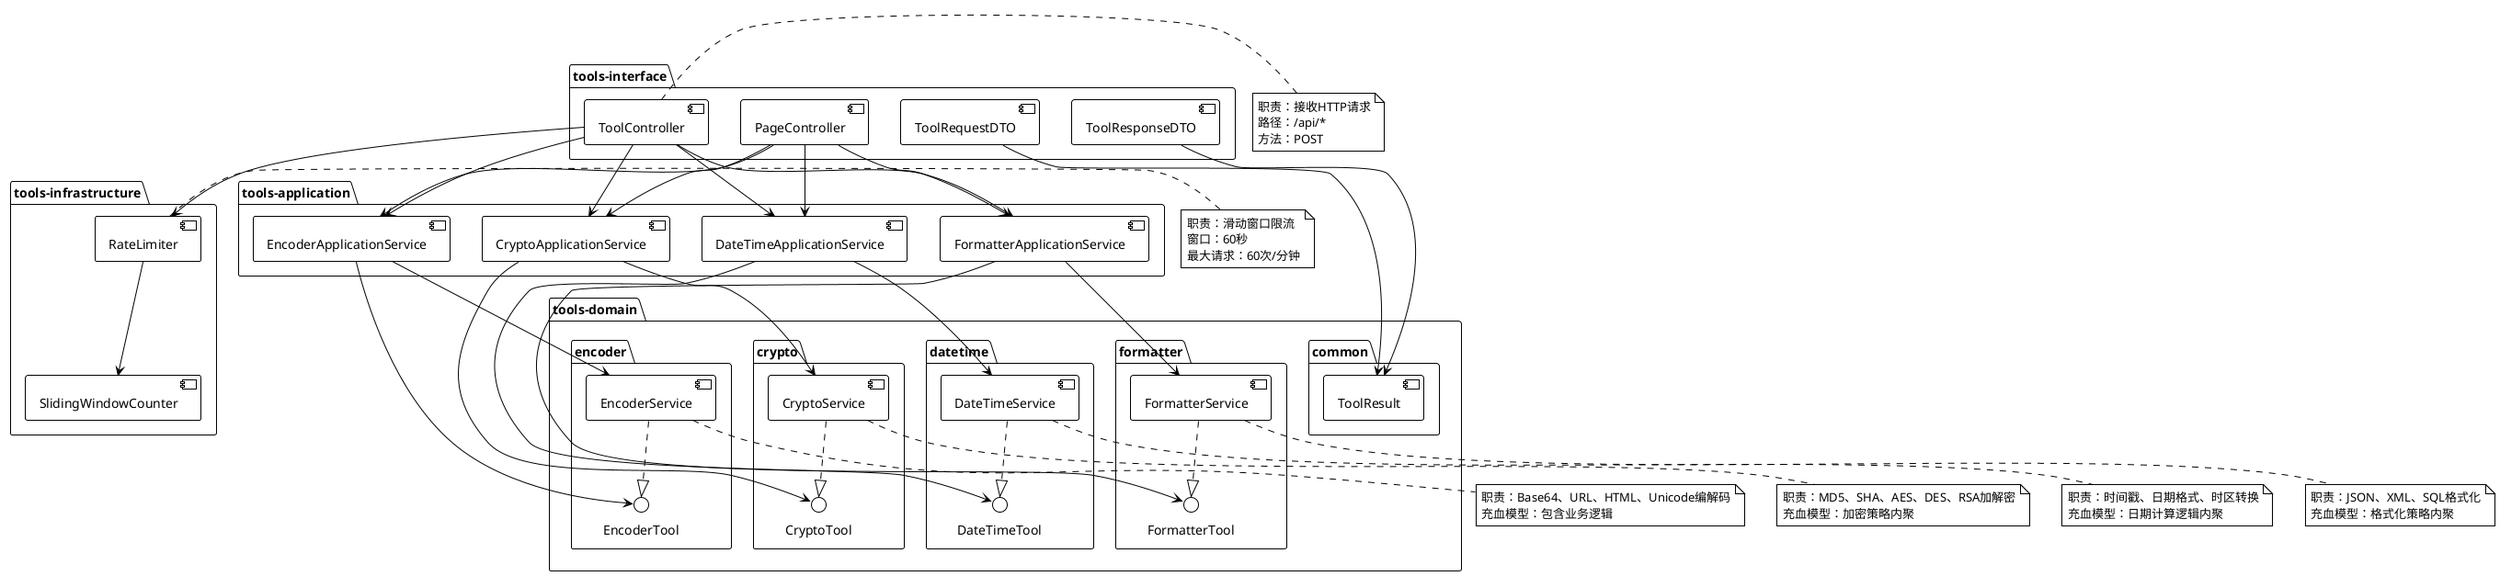
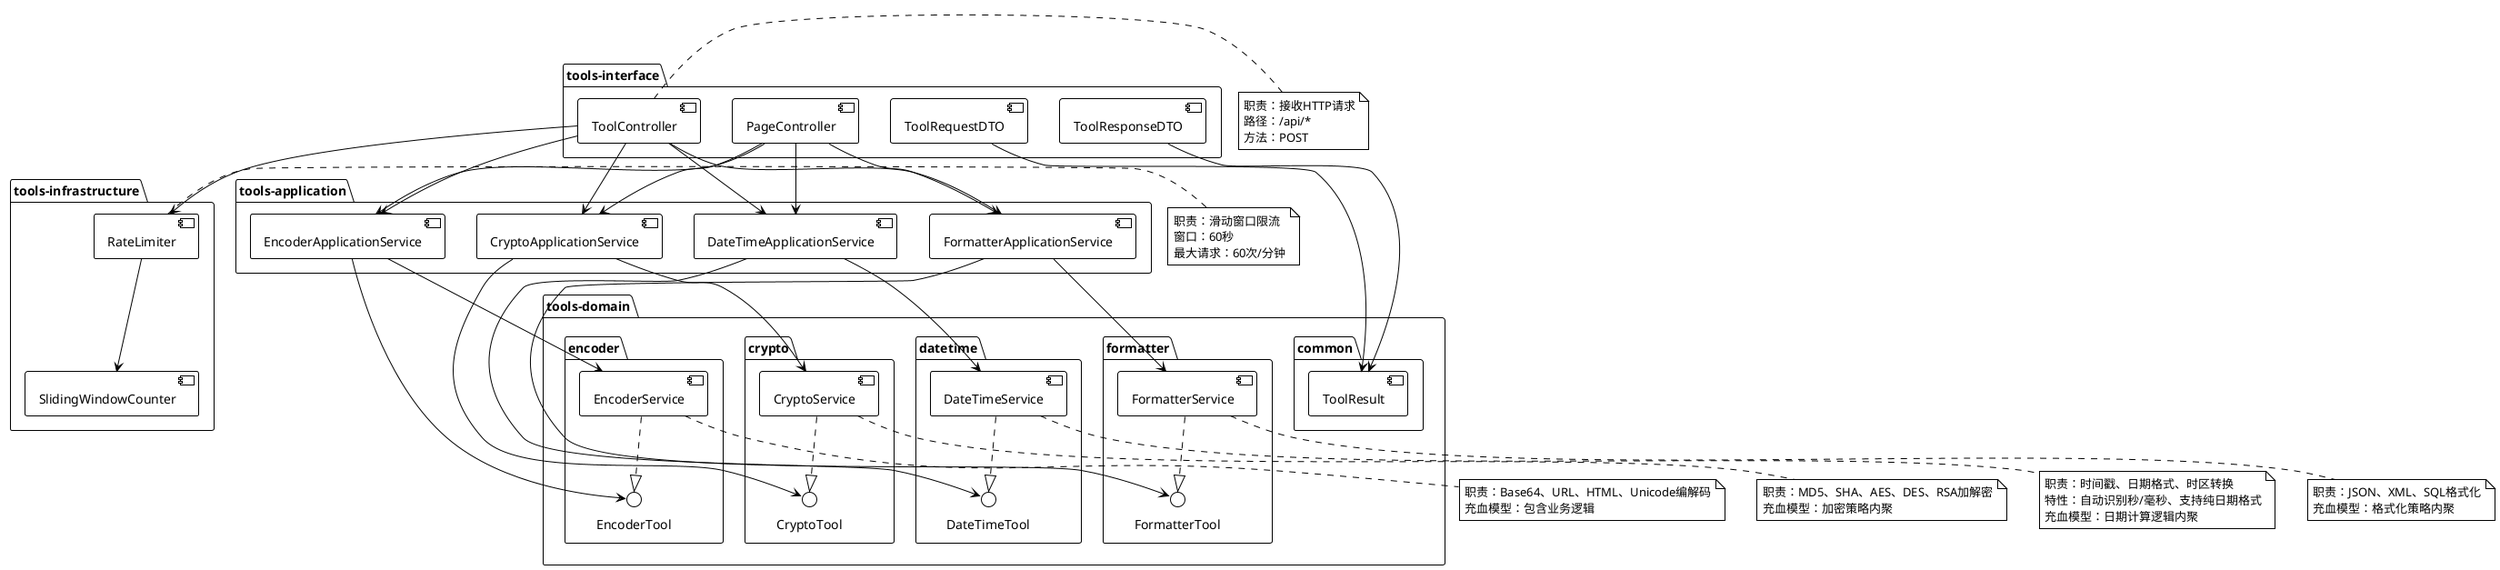
@startuml Architecture
!theme plain

' ===== 包定义 =====
package "tools-interface" {
    [ToolController] as Controller
    [PageController] as PageCtrl
    [ToolRequestDTO] as ReqDTO
    [ToolResponseDTO] as ResDTO
}

package "tools-application" {
    [EncoderApplicationService] as EncoderAppSvc
    [CryptoApplicationService] as CryptoAppSvc
    [DateTimeApplicationService] as DateTimeAppSvc
    [FormatterApplicationService] as FormatterAppSvc
}

package "tools-domain" {
    package "encoder" {
        [EncoderService] as EncoderSvc
        interface "EncoderTool" as EncoderToolIF
    }

    package "datetime" {
        [DateTimeService] as DateTimeSvc
        interface "DateTimeTool" as DateTimeToolIF
    }

    package "formatter" {
        [FormatterService] as FormatterSvc
        interface "FormatterTool" as FormatterToolIF
    }

    package "crypto" {
        [CryptoService] as CryptoSvc
        interface "CryptoTool" as CryptoToolIF
    }

    package "common" {
        [ToolResult] as ToolResult
    }
}

package "tools-infrastructure" {
    [RateLimiter] as RateLimiter
    [SlidingWindowCounter] as SlidingWindow
}

' ===== 依赖关系 =====

' Controller层依赖
Controller --> EncoderAppSvc
Controller --> CryptoAppSvc
Controller --> DateTimeAppSvc
Controller --> FormatterAppSvc

PageCtrl --> EncoderAppSvc
PageCtrl --> CryptoAppSvc
PageCtrl --> DateTimeAppSvc
PageCtrl --> FormatterAppSvc

' 应用层依赖领域接口
EncoderAppSvc --> EncoderToolIF
CryptoAppSvc --> CryptoToolIF
DateTimeAppSvc --> DateTimeToolIF
FormatterAppSvc --> FormatterToolIF

' 领域服务实现接口
EncoderSvc ..|> EncoderToolIF
CryptoSvc ..|> CryptoToolIF
DateTimeSvc ..|> DateTimeToolIF
FormatterSvc ..|> FormatterToolIF

' 应用层依赖领域服务
EncoderAppSvc --> EncoderSvc
CryptoAppSvc --> CryptoSvc
DateTimeAppSvc --> DateTimeSvc
FormatterAppSvc --> FormatterSvc

' DTO依赖
ReqDTO --> ToolResult
ResDTO --> ToolResult

' 限流依赖
Controller --> RateLimiter
RateLimiter --> SlidingWindow

' ===== 类说明 =====
note right of Controller
  职责：接收HTTP请求
  路径：/api/*
  方法：POST
end note

note right of RateLimiter
  职责：滑动窗口限流
  窗口：60秒
  最大请求：60次/分钟
end note

note bottom of EncoderSvc
  职责：Base64、URL、HTML、Unicode编解码
  充血模型：包含业务逻辑
end note

note bottom of CryptoSvc
  职责：MD5、SHA、AES、DES、RSA加解密
  充血模型：加密策略内聚
end note

note bottom of DateTimeSvc
  职责：时间戳、日期格式、时区转换
+   特性：自动识别秒/毫秒、支持纯日期格式
  充血模型：日期计算逻辑内聚
end note

note bottom of FormatterSvc
  职责：JSON、XML、SQL格式化
  充血模型：格式化策略内聚
end note

@enduml
